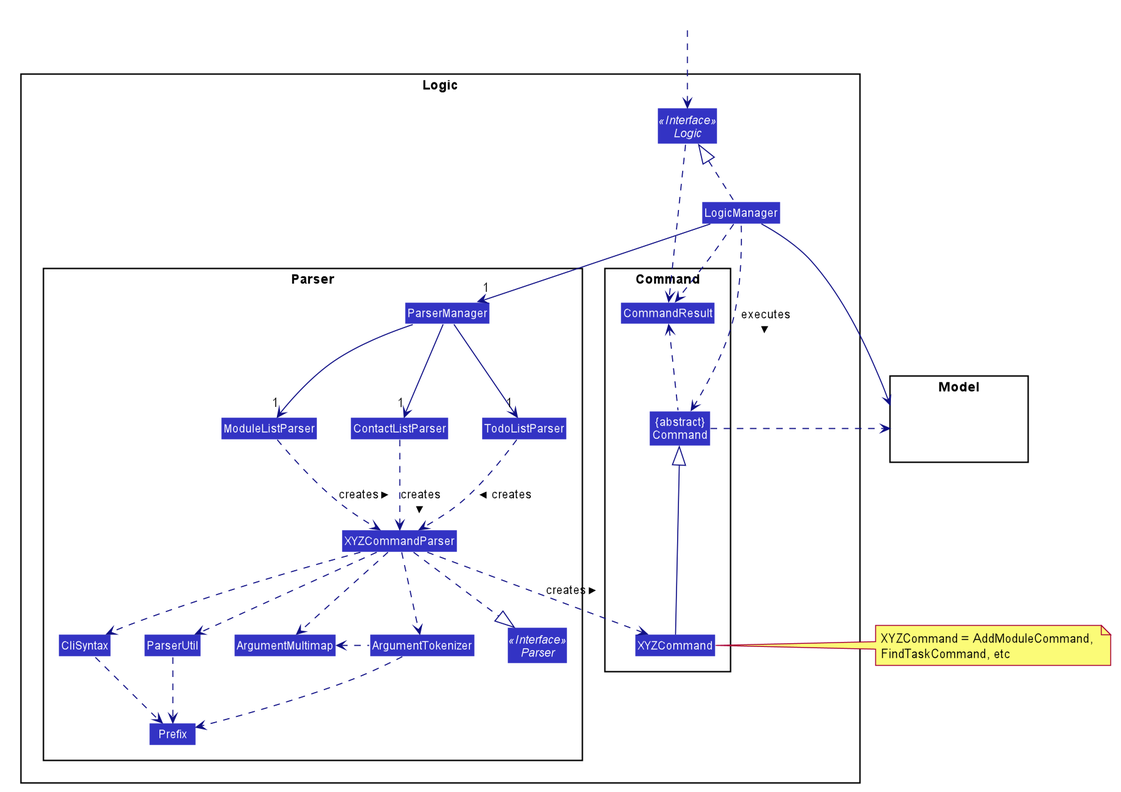
nus-cs2103-AY2021S1/tp keeps this PlantUML diagram as docs/images/LogicClassDiagram.png. Above is the earlier version.
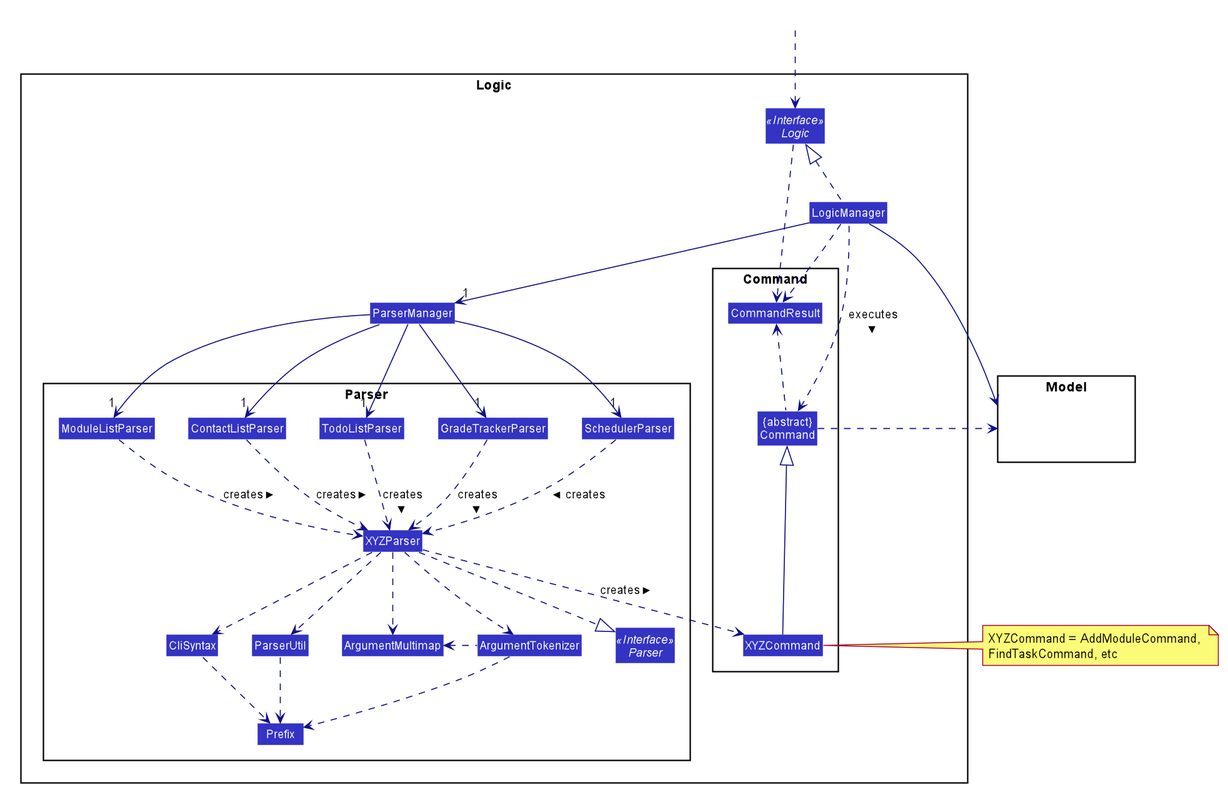
Later version of the same file.

The edit, as a diff of the source:
```diff
@@ -55,11 +55,12 @@
 
 package Parser {
 Interface Parser <<Interface>>
-Class ParserManager
 Class ModuleListParser
 Class ContactListParser
 Class TodoListParser
-Class XYZCommandParser
+Class GradeTrackerParser
+Class SchedulerParser
+Class XYZParser
 Class CliSyntax
 Class ParserUtil
 Class ArgumentMultimap
@@ -75,6 +76,7 @@
 
 Interface Logic <<Interface>>
 Class LogicManager
+Class ParserManager
 }
 
 package Model{
@@ -89,19 +91,23 @@
 ParserManager -->"1" ModuleListParser
 ParserManager -->"1" ContactListParser
 ParserManager -->"1" TodoListParser
+ParserManager -->"1" GradeTrackerParser
+ParserManager -->"1" SchedulerParser
 
-ModuleListParser .down.> XYZCommandParser: creates >
-ContactListParser .down.> XYZCommandParser: creates >
-TodoListParser .down.> XYZCommandParser: creates >
+ModuleListParser .down.> XYZParser: creates >
+ContactListParser .down.> XYZParser: creates >
+TodoListParser .down.> XYZParser: creates >
+GradeTrackerParser .down.> XYZParser: creates >
+SchedulerParser .down.> XYZParser: creates >
 
-XYZCommandParser ..> XYZCommand : creates >
-XYZCommandParser ..|> Parser
-XYZCommandParser ..> ArgumentMultimap
-XYZCommandParser ..> ArgumentTokenizer
+XYZParser ..> XYZCommand : creates >
+XYZParser ..|> Parser
+XYZParser ..> ArgumentMultimap
+XYZParser ..> ArgumentTokenizer
 ArgumentTokenizer .left.> ArgumentMultimap
-XYZCommandParser ..> CliSyntax
+XYZParser ..> CliSyntax
 CliSyntax ..> Prefix
-XYZCommandParser ..> ParserUtil
+XYZParser ..> ParserUtil
 ParserUtil .down.> Prefix
 ArgumentTokenizer .down.> Prefix
 XYZCommand -up--|> Command
```
